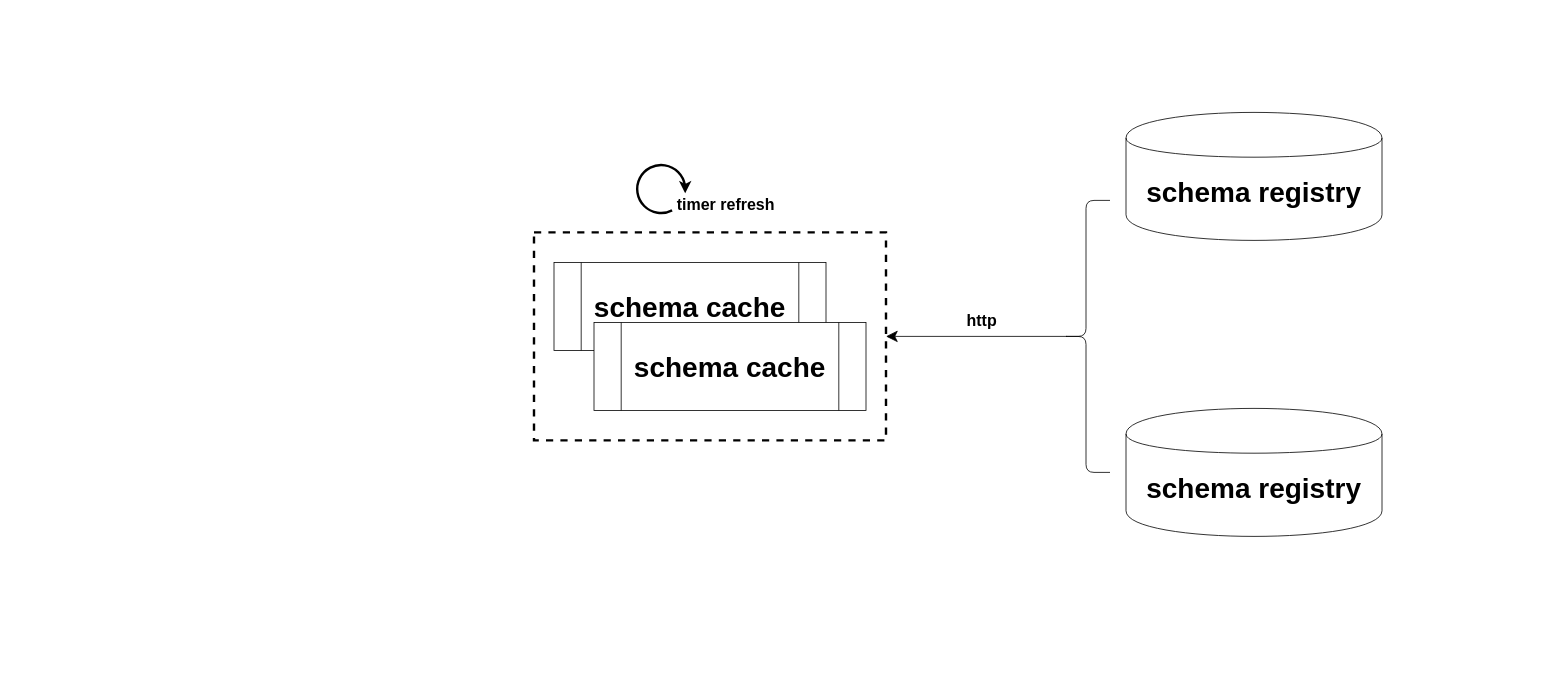
Above: map/schema-cache.drawio in imperio-wxm/draw (draw.io), before the change. Source tidied: cells renumbered, new cells numbered last; positions are measured from the earlier drawing's top-left corner, leaving out a move shared by most shapes. Both pictures are drawn from the tidied source at 80%, with x=0, y=0 at pixel (534, 112).
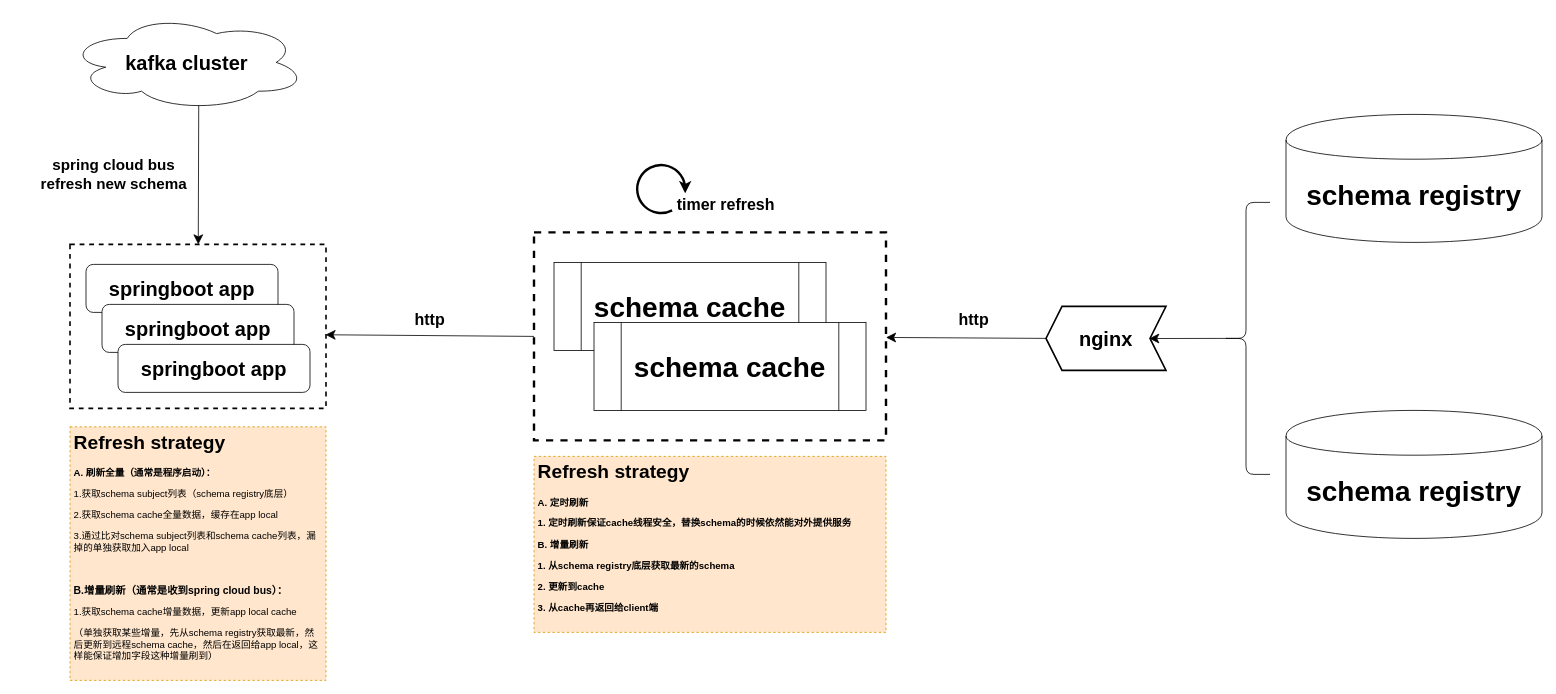
After the change.

The change refers to these unchanged cells:
```xml
<mxCell id="7" style="rounded=0;whiteSpace=wrap;html=1;fillColor=none;dashed=1;strokeWidth=3;" parent="6" vertex="1">
  <mxGeometry width="440" height="260" as="geometry" />
</mxCell>
```

The edit, as a diff of the source:
```diff
@@
     <mxCell id="2" value="&lt;span style=&quot;font-size: 35px&quot;&gt;&lt;b&gt;schema registry&lt;/b&gt;&lt;/span&gt;" style="shape=cylinder;whiteSpace=wrap;html=1;boundedLbl=1;backgroundOutline=1;" parent="1" vertex="1">
-      <mxGeometry x="740" width="320" height="160" as="geometry" />
+      <mxGeometry x="940" y="2.5" width="320" height="160" as="geometry" />
     </mxCell>
     <mxCell id="3" value="&lt;span style=&quot;font-size: 35px&quot;&gt;&lt;b&gt;schema registry&lt;/b&gt;&lt;/span&gt;" style="shape=cylinder;whiteSpace=wrap;html=1;boundedLbl=1;backgroundOutline=1;" parent="1" vertex="1">
-      <mxGeometry x="740" y="370" width="320" height="160" as="geometry" />
+      <mxGeometry x="940" y="372.5" width="320" height="160" as="geometry" />
     </mxCell>
     <mxCell id="4" style="shape=curlyBracket;whiteSpace=wrap;html=1;rounded=1;" parent="1" vertex="1">
-      <mxGeometry x="660" y="110" width="60" height="340" as="geometry" />
+      <mxGeometry x="860" y="112.5" width="60" height="340" as="geometry" />
     </mxCell>
-    <mxCell id="5" style="endArrow=classic;html=1;exitX=0.1;exitY=0.5;exitDx=0;exitDy=0;exitPerimeter=0;entryX=1;entryY=0.5;entryDx=0;entryDy=0;strokeWidth=1;endSize=12;" parent="1" edge="1" source="4" target="7">
-      <mxGeometry relative="1" as="geometry" />
-    </mxCell>
@@
     <mxCell id="17" value="&lt;font size=&quot;1&quot;&gt;&lt;b style=&quot;font-size: 20px&quot;&gt;http&lt;/b&gt;&lt;/font&gt;" style="text;html=1;strokeColor=none;fillColor=none;align=center;verticalAlign=middle;whiteSpace=wrap;rounded=0;" parent="1" vertex="1">
-      <mxGeometry x="510" y="250" width="100" height="20" as="geometry" />
+      <mxGeometry x="500" y="247.5" width="100" height="20" as="geometry" />
     </mxCell>
+    <mxCell id="18" value="&lt;font style=&quot;font-size: 25px&quot;&gt;&lt;b&gt;kafka cluster&lt;/b&gt;&lt;/font&gt;" style="ellipse;shape=cloud;whiteSpace=wrap;html=1;" parent="1" vertex="1">
+      <mxGeometry x="-583" y="-122.5" width="298" height="120" as="geometry" />
+    </mxCell>
+    <mxCell id="19" style="group;" parent="1" vertex="1">
+      <mxGeometry x="-580" y="165" width="320" height="205" as="geometry" />
+    </mxCell>
+    <mxCell id="20" style="rounded=0;whiteSpace=wrap;html=1;fillColor=none;strokeWidth=2;dashed=1;" parent="19" vertex="1">
+      <mxGeometry width="320" height="205" as="geometry" />
+    </mxCell>
+    <mxCell id="21" value="&lt;font style=&quot;font-size: 25px&quot;&gt;&lt;b&gt;springboot app&lt;/b&gt;&lt;/font&gt;" style="rounded=1;whiteSpace=wrap;html=1;" parent="19" vertex="1">
+      <mxGeometry x="20" y="25" width="240" height="60" as="geometry" />
+    </mxCell>
+    <mxCell id="22" value="&lt;font style=&quot;font-size: 25px&quot;&gt;&lt;b&gt;springboot app&lt;/b&gt;&lt;/font&gt;" style="rounded=1;whiteSpace=wrap;html=1;" parent="19" vertex="1">
+      <mxGeometry x="40" y="75" width="240" height="60" as="geometry" />
+    </mxCell>
+    <mxCell id="23" value="&lt;font style=&quot;font-size: 25px&quot;&gt;&lt;b&gt;springboot app&lt;/b&gt;&lt;/font&gt;" style="rounded=1;whiteSpace=wrap;html=1;" parent="19" vertex="1">
+      <mxGeometry x="60" y="125" width="240" height="60" as="geometry" />
+    </mxCell>
+    <mxCell id="24" style="endArrow=classic;html=1;exitX=0.55;exitY=0.95;exitDx=0;exitDy=0;exitPerimeter=0;endSize=10;" parent="1" edge="1" source="18" target="20">
+      <mxGeometry relative="1" as="geometry" />
+    </mxCell>
+    <mxCell id="25" value="&lt;font style=&quot;font-size: 19px&quot;&gt;&lt;b&gt;spring cloud bus&lt;br&gt;refresh new schema&lt;br&gt;&lt;/b&gt;&lt;/font&gt;" style="text;html=1;strokeColor=none;fillColor=none;align=center;verticalAlign=middle;whiteSpace=wrap;rounded=0;dashed=1;" parent="1" vertex="1">
+      <mxGeometry x="-650" y="77.5" width="250" as="geometry" />
+    </mxCell>
+    <mxCell id="26" style="endArrow=classic;html=1;exitX=0;exitY=0.5;exitDx=0;exitDy=0;entryX=0.998;entryY=0.551;entryDx=0;entryDy=0;entryPerimeter=0;endSize=10;" parent="1" edge="1" source="7" target="20">
+      <mxGeometry relative="1" as="geometry" />
+    </mxCell>
+    <mxCell id="27" value="&lt;font size=&quot;1&quot;&gt;&lt;b style=&quot;font-size: 20px&quot;&gt;http&lt;/b&gt;&lt;/font&gt;" style="text;html=1;strokeColor=none;fillColor=none;align=center;verticalAlign=middle;whiteSpace=wrap;rounded=0;" parent="1" vertex="1">
+      <mxGeometry x="-180" y="247.5" width="100" height="20" as="geometry" />
+    </mxCell>
+    <mxCell id="28" value="&lt;h1&gt;Refresh strategy&lt;/h1&gt;&lt;p&gt;&lt;b&gt;A. 刷新全量（通常是程序启动）：&lt;/b&gt;&lt;/p&gt;&lt;p&gt;1.获取schema subject列表（schema registry底层）&lt;/p&gt;&lt;p&gt;2.获取schema cache全量数据，缓存在app local&lt;/p&gt;&lt;p&gt;3.通过比对schema subject列表和schema cache列表，漏掉的单独获取加入app local&lt;/p&gt;&lt;p&gt;&lt;br&gt;&lt;/p&gt;&lt;p&gt;&lt;b&gt;&lt;font style=&quot;font-size: 13px&quot;&gt;B.增量刷新（通常是收到spring cloud bus）：&lt;/font&gt;&lt;/b&gt;&lt;/p&gt;&lt;p&gt;1.获取schema cache增量数据，更新app local cache&lt;/p&gt;&lt;p&gt;（单独获取某些增量，先从schema registry获取最新，然后更新到远程schema cache，然后在返回给app local，这样能保证增加字段这种增量刷到）&lt;/p&gt;" style="text;html=1;strokeColor=#d79b00;fillColor=#ffe6cc;spacing=5;spacingTop=-20;whiteSpace=wrap;overflow=hidden;rounded=0;dashed=1;" parent="1" vertex="1">
+      <mxGeometry x="-580" y="393" width="320" height="317" as="geometry" />
+    </mxCell>
+    <mxCell id="29" value="&lt;font style=&quot;font-size: 25px&quot;&gt;&lt;b&gt;nginx&lt;/b&gt;&lt;/font&gt;" style="shape=step;perimeter=stepPerimeter;whiteSpace=wrap;html=1;fixedSize=1;strokeWidth=2;fillColor=none;direction=east;flipV=1;flipH=1;" parent="1" vertex="1">
+      <mxGeometry x="640" y="242.5" width="150" height="80" as="geometry" />
+    </mxCell>
+    <mxCell id="30" style="endArrow=classic;html=1;exitX=0.1;exitY=0.5;exitDx=0;exitDy=0;exitPerimeter=0;entryX=0.14;entryY=0.498;entryDx=0;entryDy=0;entryPerimeter=0;endSize=10;" parent="1" edge="1" source="4" target="29">
+      <mxGeometry relative="1" as="geometry" />
+    </mxCell>
+    <mxCell id="31" style="endArrow=classic;html=1;exitX=0;exitY=0.5;exitDx=0;exitDy=0;endSize=10;" parent="1" edge="1" source="29" target="7">
+      <mxGeometry relative="1" as="geometry" />
+    </mxCell>
+    <mxCell id="32" value="&lt;h1&gt;Refresh strategy&lt;/h1&gt;&lt;p&gt;&lt;b&gt;A. 定时刷新&lt;/b&gt;&lt;/p&gt;&lt;p&gt;&lt;b&gt;1. 定时刷新保证cache线程安全，替换schema的时候依然能对外提供服务&lt;/b&gt;&lt;/p&gt;&lt;p&gt;&lt;b&gt;B. 增量刷新&lt;/b&gt;&lt;/p&gt;&lt;p&gt;&lt;b&gt;1. 从schema registry底层获取最新的schema&lt;/b&gt;&lt;/p&gt;&lt;p&gt;&lt;b&gt;2. 更新到cache&lt;/b&gt;&lt;/p&gt;&lt;p&gt;&lt;b&gt;3. 从cache再返回给client端&lt;/b&gt;&lt;/p&gt;" style="text;html=1;strokeColor=#d79b00;fillColor=#ffe6cc;spacing=5;spacingTop=-20;whiteSpace=wrap;overflow=hidden;rounded=0;dashed=1;" parent="1" vertex="1">
+      <mxGeometry y="430" width="440" height="220" as="geometry" />
+    </mxCell>
```
